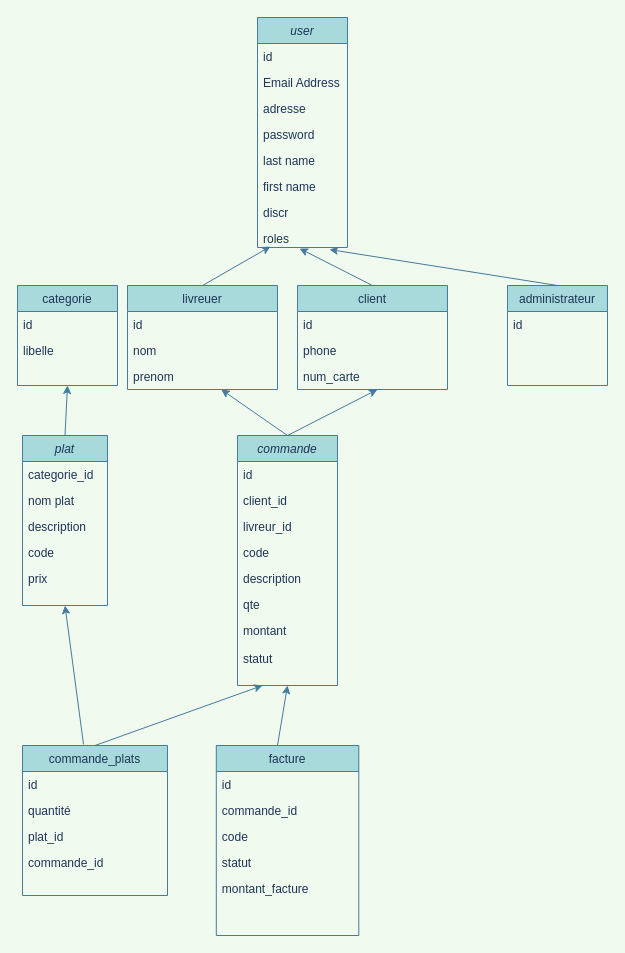
Above: Untitled Diagram.drawio in Achouribilel/mini-projet (draw.io), before the change. Source tidied: cells renumbered, new cells numbered last; positions are measured from the earlier drawing's top-left corner, leaving out a move shared by most shapes. Both pictures are drawn from the tidied source at 100%, with x=0, y=0 at pixel (17, 17).
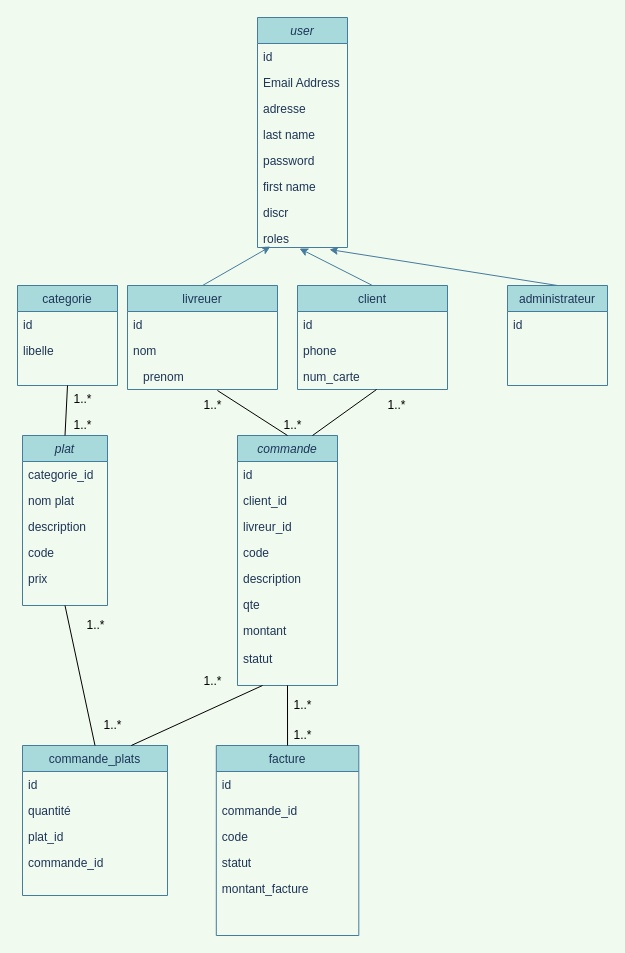
The same page after the edit.

Unchanged cells that the change refers to:
```xml
<mxCell id="2" value="user" style="swimlane;fontStyle=2;align=center;verticalAlign=top;horizontal=1;startSize=26;rounded=0;shadow=0;strokeWidth=1;fillColor=#A8DADC;strokeColor=#457B9D;fontColor=#1D3557;" parent="1" vertex="1">
  <mxGeometry x="240" width="90" height="230" as="geometry" />
</mxCell>
<mxCell id="11" value="categorie" style="swimlane;fontStyle=0;align=center;verticalAlign=top;horizontal=1;startSize=26;rounded=0;shadow=0;strokeWidth=1;fillColor=#A8DADC;strokeColor=#457B9D;fontColor=#1D3557;" parent="1" vertex="1">
  <mxGeometry y="268" width="100" height="100" as="geometry" />
</mxCell>
<mxCell id="14" value="livreuer" style="swimlane;fontStyle=0;align=center;verticalAlign=top;horizontal=1;startSize=26;rounded=0;shadow=0;strokeWidth=1;fillColor=#A8DADC;strokeColor=#457B9D;fontColor=#1D3557;" parent="1" vertex="1">
  <mxGeometry x="110" y="268" width="150" height="104" as="geometry" />
</mxCell>
<mxCell id="21" value="num_carte" style="text;align=left;verticalAlign=top;spacingLeft=4;spacingRight=4;overflow=hidden;points=[[0,0.5],[1,0.5]];portConstraint=eastwest;fontColor=#1D3557;" parent="18" vertex="1">
  <mxGeometry y="78" width="150" height="26" as="geometry" />
</mxCell>
<mxCell id="24" value="plat" style="swimlane;fontStyle=2;align=center;verticalAlign=top;horizontal=1;startSize=26;rounded=0;shadow=0;strokeWidth=1;fillColor=#A8DADC;strokeColor=#457B9D;fontColor=#1D3557;" parent="1" vertex="1">
  <mxGeometry x="5" y="418" width="85" height="170" as="geometry" />
</mxCell>
<mxCell id="30" value="commande" style="swimlane;fontStyle=2;align=center;verticalAlign=top;horizontal=1;startSize=26;rounded=0;shadow=0;strokeWidth=1;fillColor=#A8DADC;strokeColor=#457B9D;fontColor=#1D3557;" parent="1" vertex="1">
  <mxGeometry x="220" y="418" width="100" height="250" as="geometry" />
</mxCell>
<mxCell id="39" value="commande_plats" style="swimlane;fontStyle=0;align=center;verticalAlign=top;horizontal=1;startSize=26;rounded=0;shadow=0;strokeWidth=1;fillColor=#A8DADC;strokeColor=#457B9D;fontColor=#1D3557;" parent="1" vertex="1">
  <mxGeometry x="5" y="728" width="145" height="150" as="geometry" />
</mxCell>
<mxCell id="44" value="facture" style="swimlane;fontStyle=0;align=center;verticalAlign=top;horizontal=1;startSize=26;rounded=0;shadow=0;strokeWidth=1;fillColor=#A8DADC;strokeColor=#457B9D;fontColor=#1D3557;" parent="1" vertex="1">
  <mxGeometry x="198.8" y="728" width="142.5" height="190" as="geometry" />
</mxCell>
```

Diff of the diagram source:
```diff
@@
+    <mxCell id="7" value="last name" style="text;align=left;verticalAlign=top;spacingLeft=4;spacingRight=4;overflow=hidden;fontColor=#1D3557;" parent="2" vertex="1">
+      <mxGeometry y="104" width="90" height="26" as="geometry" />
+    </mxCell>
     <mxCell id="6" value="password" style="text;align=left;verticalAlign=top;spacingLeft=4;spacingRight=4;overflow=hidden;fontColor=#1D3557;" parent="2" vertex="1">
-      <mxGeometry y="104" width="90" height="26" as="geometry" />
+      <mxGeometry y="130" width="90" height="26" as="geometry" />
     </mxCell>
-    <mxCell id="7" value="last name" style="text;align=left;verticalAlign=top;spacingLeft=4;spacingRight=4;overflow=hidden;fontColor=#1D3557;" parent="2" vertex="1">
-      <mxGeometry y="130" width="90" height="26" as="geometry" />
-    </mxCell>
@@
-    <mxCell id="17" value="prenom" style="text;align=left;verticalAlign=top;spacingLeft=4;spacingRight=4;overflow=hidden;points=[[0,0.5],[1,0.5]];portConstraint=eastwest;fontColor=#1D3557;" parent="14" vertex="1">
-      <mxGeometry y="78" width="150" height="26" as="geometry" />
-    </mxCell>
@@
-    <mxCell id="50" style="endArrow=classic;html=1;strokeColor=#457B9D;fontColor=#1D3557;labelBackgroundColor=#F1FAEE;" parent="1" edge="1">
-      <mxGeometry relative="1" as="geometry">
-        <mxPoint x="260" y="728" as="sourcePoint" />
-        <mxPoint x="270" y="668" as="targetPoint" />
-      </mxGeometry>
-    </mxCell>
-    <mxCell id="51" style="endArrow=classic;html=1;exitX=0.5;exitY=0;exitDx=0;exitDy=0;entryX=0.25;entryY=1;entryDx=0;entryDy=0;strokeColor=#457B9D;fontColor=#1D3557;labelBackgroundColor=#F1FAEE;" parent="1" edge="1" source="39" target="30">
-      <mxGeometry relative="1" as="geometry" />
-    </mxCell>
-    <mxCell id="52" style="endArrow=classic;html=1;exitX=0.421;exitY=-0.007;exitDx=0;exitDy=0;entryX=0.5;entryY=1;entryDx=0;entryDy=0;exitPerimeter=0;strokeColor=#457B9D;fontColor=#1D3557;labelBackgroundColor=#F1FAEE;" parent="1" edge="1" source="39" target="24">
-      <mxGeometry relative="1" as="geometry" />
-    </mxCell>
-    <mxCell id="53" style="endArrow=classic;html=1;exitX=0.5;exitY=0;exitDx=0;exitDy=0;strokeColor=#457B9D;fontColor=#1D3557;labelBackgroundColor=#F1FAEE;" parent="1" edge="1" source="30" target="17">
-      <mxGeometry relative="1" as="geometry" />
-    </mxCell>
-    <mxCell id="54" style="endArrow=classic;html=1;exitX=0.5;exitY=0;exitDx=0;exitDy=0;entryX=0.533;entryY=1;entryDx=0;entryDy=0;entryPerimeter=0;strokeColor=#457B9D;fontColor=#1D3557;labelBackgroundColor=#F1FAEE;" parent="1" edge="1" source="30" target="21">
-      <mxGeometry relative="1" as="geometry" />
-    </mxCell>
-    <mxCell id="55" style="endArrow=classic;html=1;exitX=0.5;exitY=0;exitDx=0;exitDy=0;entryX=0.5;entryY=1;entryDx=0;entryDy=0;strokeColor=#457B9D;fontColor=#1D3557;labelBackgroundColor=#F1FAEE;" parent="1" edge="1" source="24" target="11">
-      <mxGeometry relative="1" as="geometry" />
-    </mxCell>
@@
+    <mxCell id="53" style="endArrow=none;html=1;exitX=0.5;exitY=0;exitDx=0;exitDy=0;entryX=0.533;entryY=1.038;entryDx=0;entryDy=0;entryPerimeter=0;" parent="1" edge="1" source="30" target="17">
+      <mxGeometry relative="1" as="geometry" />
+    </mxCell>
+    <mxCell id="17" value="prenom" style="text;align=left;verticalAlign=top;spacingLeft=4;spacingRight=4;overflow=hidden;points=[[0,0.5],[1,0.5]];portConstraint=eastwest;fontColor=#1D3557;" parent="1" vertex="1">
+      <mxGeometry x="120" y="346" width="150" height="26" as="geometry" />
+    </mxCell>
+    <mxCell id="54" style="endArrow=none;html=1;exitX=0.75;exitY=0;exitDx=0;exitDy=0;entryX=0.527;entryY=1;entryDx=0;entryDy=0;entryPerimeter=0;" parent="1" edge="1" source="30" target="21">
+      <mxGeometry relative="1" as="geometry" />
+    </mxCell>
+    <mxCell id="59" style="endArrow=none;html=1;exitX=0.5;exitY=1;exitDx=0;exitDy=0;entryX=0.5;entryY=0;entryDx=0;entryDy=0;" parent="1" edge="1" source="11" target="24">
+      <mxGeometry relative="1" as="geometry" />
+    </mxCell>
+    <mxCell id="60" style="endArrow=none;html=1;entryX=0.5;entryY=1;entryDx=0;entryDy=0;exitX=0.5;exitY=0;exitDx=0;exitDy=0;" parent="1" edge="1" source="44" target="30">
+      <mxGeometry relative="1" as="geometry" />
+    </mxCell>
+    <mxCell id="51" style="endArrow=none;html=1;entryX=0.25;entryY=1;entryDx=0;entryDy=0;exitX=0.75;exitY=0;exitDx=0;exitDy=0;" parent="1" edge="1" source="39" target="30">
+      <mxGeometry relative="1" as="geometry" />
+    </mxCell>
+    <mxCell id="52" style="endArrow=none;html=1;entryX=0.5;entryY=1;entryDx=0;entryDy=0;exitX=0.5;exitY=0;exitDx=0;exitDy=0;" parent="1" edge="1" source="39" target="24">
+      <mxGeometry relative="1" as="geometry" />
+    </mxCell>
+    <mxCell id="61" value="1..*" style="text;html=1;align=center;verticalAlign=middle;fillColor=none;strokeColor=none;rounded=0;" parent="1" vertex="1">
+      <mxGeometry x="62.5" y="598" width="30" height="20" as="geometry" />
+    </mxCell>
+    <mxCell id="62" value="1..*" style="text;html=1;align=center;verticalAlign=middle;fillColor=none;strokeColor=none;rounded=0;" parent="1" vertex="1">
+      <mxGeometry x="80" y="698" width="30" height="20" as="geometry" />
+    </mxCell>
+    <mxCell id="63" value="1..*" style="text;html=1;align=center;verticalAlign=middle;fillColor=none;strokeColor=none;rounded=0;" parent="1" vertex="1">
+      <mxGeometry x="180" y="654" width="30" height="20" as="geometry" />
+    </mxCell>
+    <mxCell id="64" value="1..*" style="text;html=1;align=center;verticalAlign=middle;fillColor=none;strokeColor=none;rounded=0;" parent="1" vertex="1">
+      <mxGeometry x="270" y="708" width="30" height="20" as="geometry" />
+    </mxCell>
+    <mxCell id="65" value="1..*" style="text;html=1;align=center;verticalAlign=middle;fillColor=none;strokeColor=none;rounded=0;" parent="1" vertex="1">
+      <mxGeometry x="270" y="678" width="30" height="20" as="geometry" />
+    </mxCell>
+    <mxCell id="66" value="1..*" style="text;html=1;align=center;verticalAlign=middle;fillColor=none;strokeColor=none;rounded=0;" parent="1" vertex="1">
+      <mxGeometry x="50" y="398" width="30" height="20" as="geometry" />
+    </mxCell>
+    <mxCell id="67" value="1..*" style="text;html=1;align=center;verticalAlign=middle;fillColor=none;strokeColor=none;rounded=0;" parent="1" vertex="1">
+      <mxGeometry x="50" y="372" width="30" height="20" as="geometry" />
+    </mxCell>
+    <mxCell id="68" value="1..*" style="text;html=1;align=center;verticalAlign=middle;fillColor=none;strokeColor=none;rounded=0;" parent="1" vertex="1">
+      <mxGeometry x="180" y="378" width="30" height="20" as="geometry" />
+    </mxCell>
+    <mxCell id="69" value="1..*" style="text;html=1;align=center;verticalAlign=middle;fillColor=none;strokeColor=none;rounded=0;" parent="1" vertex="1">
+      <mxGeometry x="260" y="398" width="30" height="20" as="geometry" />
+    </mxCell>
+    <mxCell id="70" value="1..*" style="text;html=1;align=center;verticalAlign=middle;fillColor=none;strokeColor=none;rounded=0;" parent="1" vertex="1">
+      <mxGeometry x="364" y="378" width="30" height="20" as="geometry" />
+    </mxCell>
```
